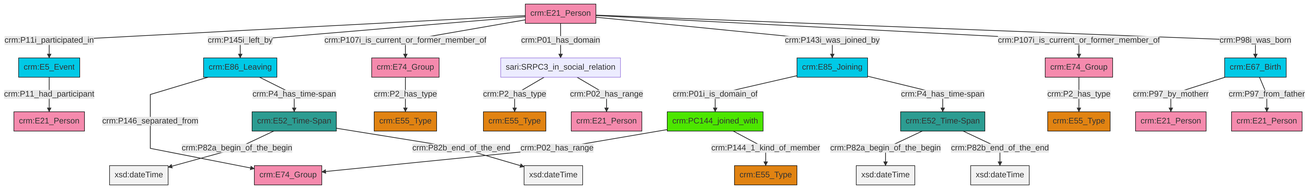
Above: et/personCSV/ttl/mmd/png/Person_Actor_Relations.png in swiss-art-research-net/reference-data-models (Mermaid), before the change. Its source is kept beside it as et/personCSV/ttl/mmd/Person_Actor_Relations.ttl.mmd.
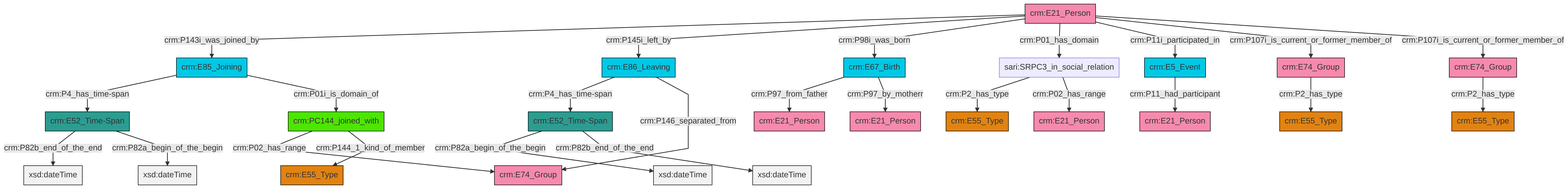
Above is the later version.

Diff of the diagram source:
```diff
@@ -13,27 +13,27 @@
 classDef PC_Classes fill:#4ce600, stroke:#000000;
 classDef Multi fill:#cccccc,stroke:#000000;
 
-2["crm:E74_Group"]:::Actor -->|crm:P2_has_type| 3["crm:E55_Type"]:::Type
-4["crm:E86_Leaving"]:::Temporal_Entity -->|crm:P146_separated_from| 5["crm:E74_Group"]:::Actor
-6["crm:PC144_joined_with"]:::PC_Classes -->|crm:P02_has_range| 5["crm:E74_Group"]:::Actor
-0["crm:E5_Event"]:::Temporal_Entity -->|crm:P11_had_participant| 7["crm:E21_Person"]:::Actor
-6["crm:PC144_joined_with"]:::PC_Classes -->|crm:P144_1_kind_of_member| 8["crm:E55_Type"]:::Type
-9["crm:E74_Group"]:::Actor -->|crm:P2_has_type| 10["crm:E55_Type"]:::Type
-12["crm:E21_Person"]:::Actor -->|crm:P11i_participated_in| 0["crm:E5_Event"]:::Temporal_Entity
-12["crm:E21_Person"]:::Actor -->|crm:P145i_left_by| 4["crm:E86_Leaving"]:::Temporal_Entity
-22["crm:E52_Time-Span"]:::Time-Span -->|crm:P82a_begin_of_the_begin| 23[xsd:dateTime]:::Literal
-24["crm:E85_Joining"]:::Temporal_Entity -->|crm:P01i_is_domain_of| 6["crm:PC144_joined_with"]:::PC_Classes
-25["crm:E52_Time-Span"]:::Time-Span -->|crm:P82a_begin_of_the_begin| 26[xsd:dateTime]:::Literal
-22["crm:E52_Time-Span"]:::Time-Span -->|crm:P82b_end_of_the_end| 29[xsd:dateTime]:::Literal
-15["crm:E67_Birth"]:::Temporal_Entity -->|crm:P97_by_motherr| 32["crm:E21_Person"]:::Actor
-33["sari:SRPC3_in_social_relation"]:::Default -->|crm:P2_has_type| 30["crm:E55_Type"]:::Type
-12["crm:E21_Person"]:::Actor -->|crm:P107i_is_current_or_former_member_of| 2["crm:E74_Group"]:::Actor
-24["crm:E85_Joining"]:::Temporal_Entity -->|crm:P4_has_time-span| 22["crm:E52_Time-Span"]:::Time-Span
-12["crm:E21_Person"]:::Actor -->|crm:P01_has_domain| 33["sari:SRPC3_in_social_relation"]:::Default
-12["crm:E21_Person"]:::Actor -->|crm:P143i_was_joined_by| 24["crm:E85_Joining"]:::Temporal_Entity
-25["crm:E52_Time-Span"]:::Time-Span -->|crm:P82b_end_of_the_end| 43[xsd:dateTime]:::Literal
-33["sari:SRPC3_in_social_relation"]:::Default -->|crm:P02_has_range| 19["crm:E21_Person"]:::Actor
-12["crm:E21_Person"]:::Actor -->|crm:P107i_is_current_or_former_member_of| 9["crm:E74_Group"]:::Actor
-4["crm:E86_Leaving"]:::Temporal_Entity -->|crm:P4_has_time-span| 25["crm:E52_Time-Span"]:::Time-Span
-12["crm:E21_Person"]:::Actor -->|crm:P98i_was_born| 15["crm:E67_Birth"]:::Temporal_Entity
-15["crm:E67_Birth"]:::Temporal_Entity -->|crm:P97_from_father| 39["crm:E21_Person"]:::Actor
+0["crm:E21_Person"]:::Actor -->|crm:P143i_was_joined_by| 1["crm:E85_Joining"]:::Temporal_Entity
+1["crm:E85_Joining"]:::Temporal_Entity -->|crm:P4_has_time-span| 2["crm:E52_Time-Span"]:::Time-Span
+3["crm:E67_Birth"]:::Temporal_Entity -->|crm:P97_from_father| 4["crm:E21_Person"]:::Actor
+5["sari:SRPC3_in_social_relation"]:::Default -->|crm:P2_has_type| 6["crm:E55_Type"]:::Type
+7["crm:E86_Leaving"]:::Temporal_Entity -->|crm:P4_has_time-span| 8["crm:E52_Time-Span"]:::Time-Span
+5["sari:SRPC3_in_social_relation"]:::Default -->|crm:P02_has_range| 9["crm:E21_Person"]:::Actor
+10["crm:E74_Group"]:::Actor -->|crm:P2_has_type| 11["crm:E55_Type"]:::Type
+12["crm:E5_Event"]:::Temporal_Entity -->|crm:P11_had_participant| 13["crm:E21_Person"]:::Actor
+2["crm:E52_Time-Span"]:::Time-Span -->|crm:P82b_end_of_the_end| 16[xsd:dateTime]:::Literal
+17["crm:PC144_joined_with"]:::PC_Classes -->|crm:P02_has_range| 18["crm:E74_Group"]:::Actor
+0["crm:E21_Person"]:::Actor -->|crm:P145i_left_by| 7["crm:E86_Leaving"]:::Temporal_Entity
+8["crm:E52_Time-Span"]:::Time-Span -->|crm:P82a_begin_of_the_begin| 24[xsd:dateTime]:::Literal
+7["crm:E86_Leaving"]:::Temporal_Entity -->|crm:P146_separated_from| 18["crm:E74_Group"]:::Actor
+1["crm:E85_Joining"]:::Temporal_Entity -->|crm:P01i_is_domain_of| 17["crm:PC144_joined_with"]:::PC_Classes
+0["crm:E21_Person"]:::Actor -->|crm:P98i_was_born| 3["crm:E67_Birth"]:::Temporal_Entity
+2["crm:E52_Time-Span"]:::Time-Span -->|crm:P82a_begin_of_the_begin| 35[xsd:dateTime]:::Literal
+8["crm:E52_Time-Span"]:::Time-Span -->|crm:P82b_end_of_the_end| 36[xsd:dateTime]:::Literal
+0["crm:E21_Person"]:::Actor -->|crm:P01_has_domain| 5["sari:SRPC3_in_social_relation"]:::Default
+0["crm:E21_Person"]:::Actor -->|crm:P11i_participated_in| 12["crm:E5_Event"]:::Temporal_Entity
+0["crm:E21_Person"]:::Actor -->|crm:P107i_is_current_or_former_member_of| 14["crm:E74_Group"]:::Actor
+0["crm:E21_Person"]:::Actor -->|crm:P107i_is_current_or_former_member_of| 10["crm:E74_Group"]:::Actor
+3["crm:E67_Birth"]:::Temporal_Entity -->|crm:P97_by_motherr| 25["crm:E21_Person"]:::Actor
+14["crm:E74_Group"]:::Actor -->|crm:P2_has_type| 19["crm:E55_Type"]:::Type
+17["crm:PC144_joined_with"]:::PC_Classes -->|crm:P144_1_kind_of_member| 30["crm:E55_Type"]:::Type
```
